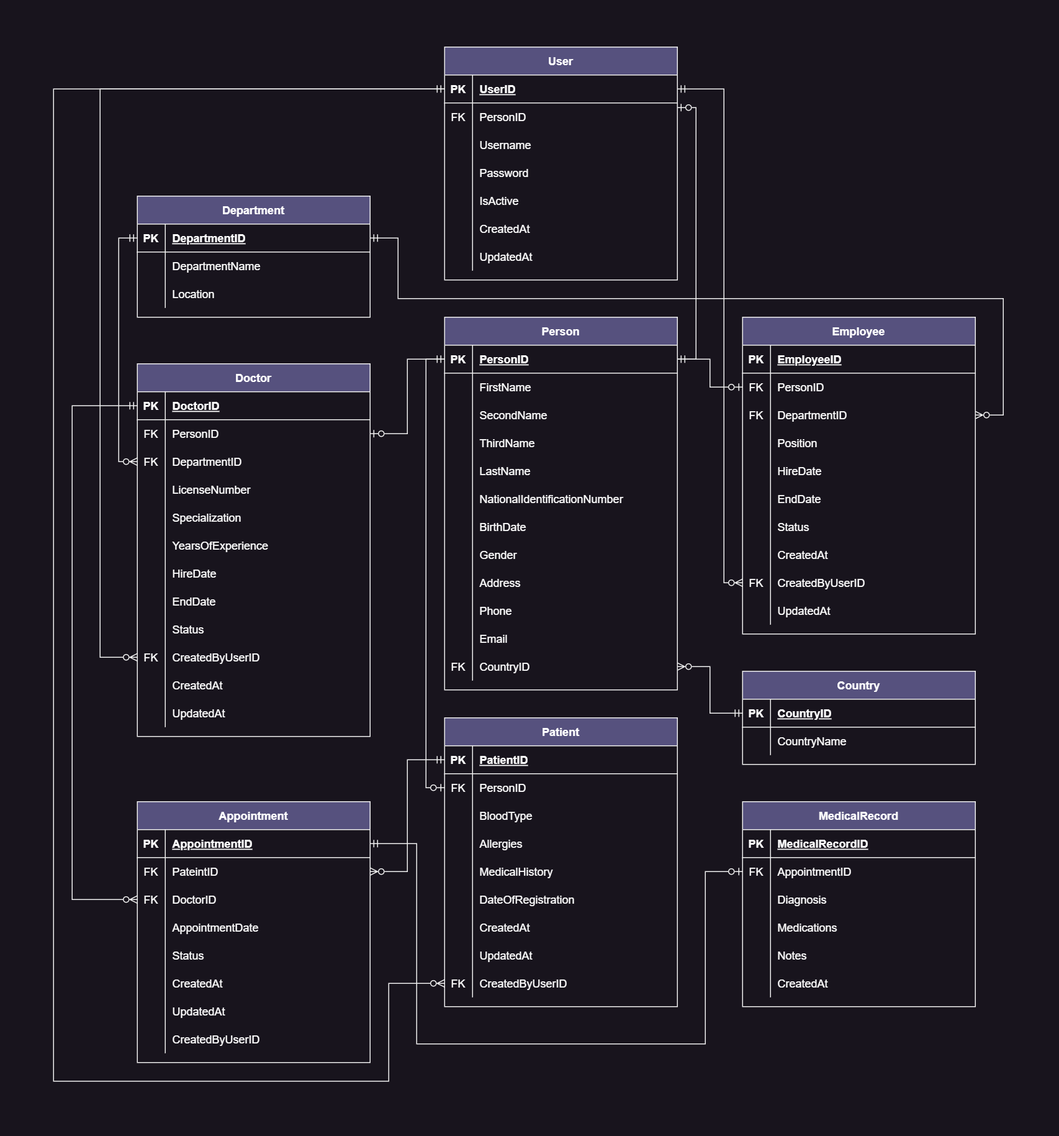
Before: Database/Clinic Management System Schema.png, a diagram exported from draw.io (5ldv/Clinic-Management-System). Source tidied: cells renumbered, new cells last; positions are measured from the earlier drawing's top-left corner, leaving out a move shared by most shapes.
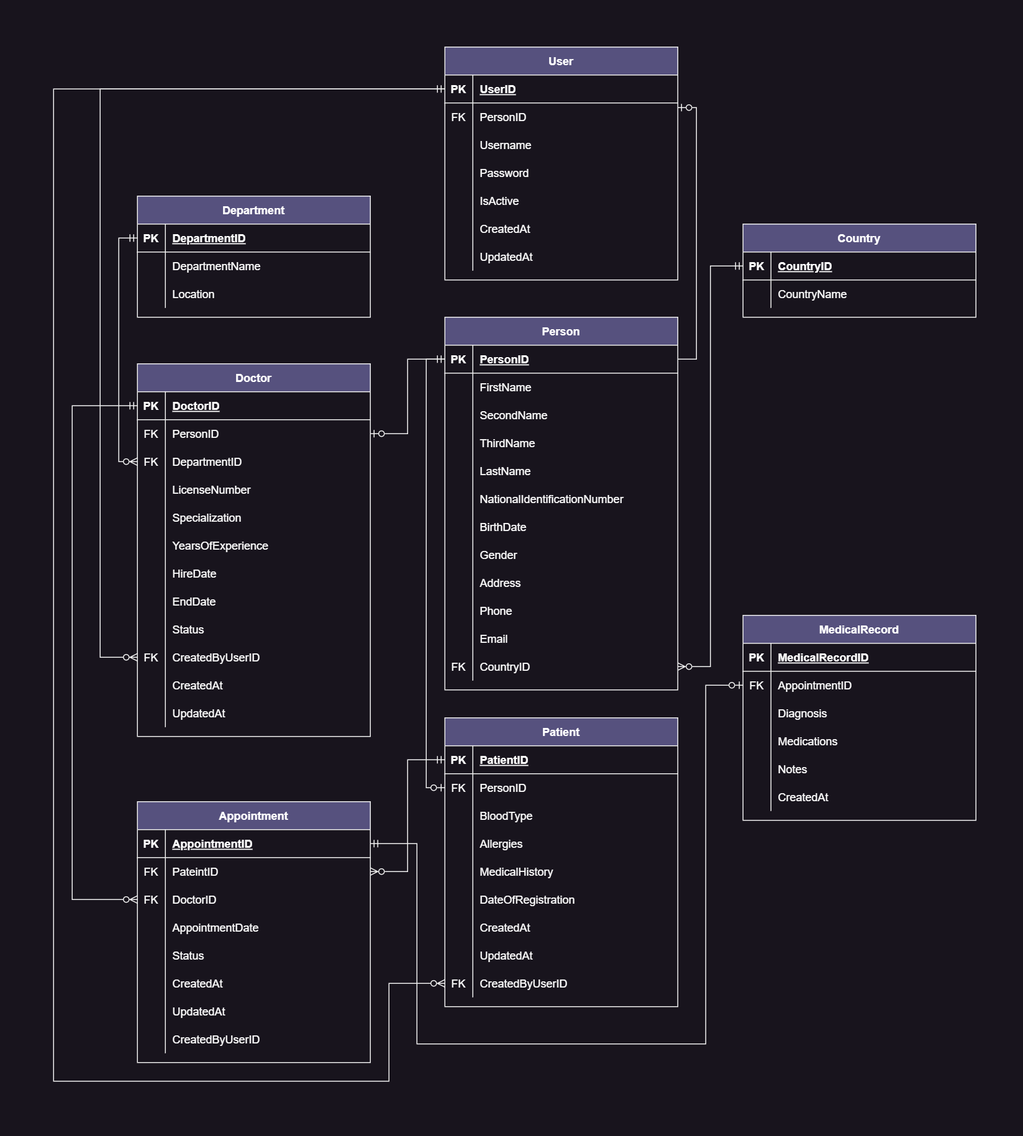
The same diagram one commit later.

The edit, as a diff of the source:
```diff
@@ -224,99 +224,6 @@
     <mxCell id="75" value="UpdatedAt" style="shape=partialRectangle;overflow=hidden;fillColor=none;top=0;left=0;bottom=0;right=0;align=left;spacingLeft=6;labelBackgroundColor=none;strokeColor=#EEEEEE;fontColor=#FFFFFF;" parent="73" vertex="1">
       <mxGeometry x="30" width="220" height="30" as="geometry" />
     </mxCell>
-    <mxCell id="76" value="Employee" style="shape=table;startSize=30;rowLines=0;fontStyle=1;align=center;labelBackgroundColor=none;fillColor=#56517E;strokeColor=#EEEEEE;fontColor=#FFFFFF;" parent="1" vertex="1">
-      <mxGeometry x="740" y="290" width="250" height="340" as="geometry" />
-    </mxCell>
-    <mxCell id="77" style="shape=partialRectangle;fillColor=none;top=0;left=0;right=0;bottom=1;labelBackgroundColor=none;strokeColor=#EEEEEE;fontColor=#FFFFFF;" parent="76" vertex="1">
-      <mxGeometry y="30" width="250" height="30" as="geometry" />
-    </mxCell>
-    <mxCell id="78" value="PK" style="shape=partialRectangle;overflow=hidden;fillColor=none;top=0;left=0;bottom=0;right=0;fontStyle=1;labelBackgroundColor=none;strokeColor=#EEEEEE;fontColor=#FFFFFF;" parent="77" vertex="1">
-      <mxGeometry width="30" height="30" as="geometry" />
-    </mxCell>
-    <mxCell id="79" value="EmployeeID" style="shape=partialRectangle;overflow=hidden;fillColor=none;top=0;left=0;bottom=0;right=0;align=left;spacingLeft=6;fontStyle=5;labelBackgroundColor=none;strokeColor=#EEEEEE;fontColor=#FFFFFF;" parent="77" vertex="1">
-      <mxGeometry x="30" width="220" height="30" as="geometry" />
-    </mxCell>
-    <mxCell id="80" style="shape=partialRectangle;fillColor=none;points=[[0,0.5],[1,0.5]];portConstraint=eastwest;top=0;left=0;right=0;bottom=0;labelBackgroundColor=none;strokeColor=#EEEEEE;fontColor=#FFFFFF;" parent="76" vertex="1">
-      <mxGeometry y="60" width="250" height="30" as="geometry" />
-    </mxCell>
-    <mxCell id="81" value="FK" style="shape=partialRectangle;overflow=hidden;fillColor=none;top=0;left=0;bottom=0;right=0;labelBackgroundColor=none;strokeColor=#EEEEEE;fontColor=#FFFFFF;" parent="80" vertex="1">
-      <mxGeometry width="30" height="30" as="geometry" />
-    </mxCell>
-    <mxCell id="82" value="PersonID" style="shape=partialRectangle;overflow=hidden;fillColor=none;top=0;left=0;bottom=0;right=0;align=left;spacingLeft=6;labelBackgroundColor=none;strokeColor=#EEEEEE;fontColor=#FFFFFF;" parent="80" vertex="1">
-      <mxGeometry x="30" width="220" height="30" as="geometry" />
-    </mxCell>
-    <mxCell id="83" style="shape=partialRectangle;fillColor=none;points=[[0,0.5],[1,0.5]];portConstraint=eastwest;top=0;left=0;right=0;bottom=0;labelBackgroundColor=none;strokeColor=#EEEEEE;fontColor=#FFFFFF;" parent="76" vertex="1">
-      <mxGeometry y="90" width="250" height="30" as="geometry" />
-    </mxCell>
-    <mxCell id="84" value="FK" style="shape=partialRectangle;overflow=hidden;fillColor=none;top=0;left=0;bottom=0;right=0;labelBackgroundColor=none;strokeColor=#EEEEEE;fontColor=#FFFFFF;" parent="83" vertex="1">
-      <mxGeometry width="30" height="30" as="geometry" />
-    </mxCell>
-    <mxCell id="85" value="DepartmentID" style="shape=partialRectangle;overflow=hidden;fillColor=none;top=0;left=0;bottom=0;right=0;align=left;spacingLeft=6;labelBackgroundColor=none;strokeColor=#EEEEEE;fontColor=#FFFFFF;" parent="83" vertex="1">
-      <mxGeometry x="30" width="220" height="30" as="geometry" />
-    </mxCell>
-    <mxCell id="86" style="shape=partialRectangle;fillColor=none;top=0;left=0;right=0;bottom=0;labelBackgroundColor=none;strokeColor=#EEEEEE;fontColor=#FFFFFF;" parent="76" vertex="1">
-      <mxGeometry y="120" width="250" height="30" as="geometry" />
-    </mxCell>
-    <mxCell id="87" style="shape=partialRectangle;overflow=hidden;fillColor=none;top=0;left=0;bottom=0;right=0;labelBackgroundColor=none;strokeColor=#EEEEEE;fontColor=#FFFFFF;" parent="86" vertex="1">
-      <mxGeometry width="30" height="30" as="geometry" />
-    </mxCell>
-    <mxCell id="88" value="Position" style="shape=partialRectangle;overflow=hidden;fillColor=none;top=0;left=0;bottom=0;right=0;align=left;spacingLeft=6;labelBackgroundColor=none;strokeColor=#EEEEEE;fontColor=#FFFFFF;" parent="86" vertex="1">
-      <mxGeometry x="30" width="220" height="30" as="geometry" />
-    </mxCell>
-    <mxCell id="89" style="shape=partialRectangle;fillColor=none;top=0;left=0;right=0;bottom=0;labelBackgroundColor=none;strokeColor=#EEEEEE;fontColor=#FFFFFF;" parent="76" vertex="1">
-      <mxGeometry y="150" width="250" height="30" as="geometry" />
-    </mxCell>
-    <mxCell id="90" style="shape=partialRectangle;overflow=hidden;fillColor=none;top=0;left=0;bottom=0;right=0;labelBackgroundColor=none;strokeColor=#EEEEEE;fontColor=#FFFFFF;" parent="89" vertex="1">
-      <mxGeometry width="30" height="30" as="geometry" />
-    </mxCell>
-    <mxCell id="91" value="HireDate" style="shape=partialRectangle;overflow=hidden;fillColor=none;top=0;left=0;bottom=0;right=0;align=left;spacingLeft=6;labelBackgroundColor=none;strokeColor=#EEEEEE;fontColor=#FFFFFF;" parent="89" vertex="1">
-      <mxGeometry x="30" width="220" height="30" as="geometry" />
-    </mxCell>
-    <mxCell id="92" style="shape=partialRectangle;fillColor=none;top=0;left=0;right=0;bottom=0;labelBackgroundColor=none;strokeColor=#EEEEEE;fontColor=#FFFFFF;" parent="76" vertex="1">
-      <mxGeometry y="180" width="250" height="30" as="geometry" />
-    </mxCell>
-    <mxCell id="93" style="shape=partialRectangle;overflow=hidden;fillColor=none;top=0;left=0;bottom=0;right=0;labelBackgroundColor=none;strokeColor=#EEEEEE;fontColor=#FFFFFF;" parent="92" vertex="1">
-      <mxGeometry width="30" height="30" as="geometry" />
-    </mxCell>
-    <mxCell id="94" value="EndDate" style="shape=partialRectangle;overflow=hidden;fillColor=none;top=0;left=0;bottom=0;right=0;align=left;spacingLeft=6;labelBackgroundColor=none;strokeColor=#EEEEEE;fontColor=#FFFFFF;" parent="92" vertex="1">
-      <mxGeometry x="30" width="220" height="30" as="geometry" />
-    </mxCell>
-    <mxCell id="95" style="shape=partialRectangle;fillColor=none;top=0;left=0;right=0;bottom=0;labelBackgroundColor=none;strokeColor=#EEEEEE;fontColor=#FFFFFF;" parent="76" vertex="1">
-      <mxGeometry y="210" width="250" height="30" as="geometry" />
-    </mxCell>
-    <mxCell id="96" style="shape=partialRectangle;overflow=hidden;fillColor=none;top=0;left=0;bottom=0;right=0;labelBackgroundColor=none;strokeColor=#EEEEEE;fontColor=#FFFFFF;" parent="95" vertex="1">
-      <mxGeometry width="30" height="30" as="geometry" />
-    </mxCell>
-    <mxCell id="97" value="Status" style="shape=partialRectangle;overflow=hidden;fillColor=none;top=0;left=0;bottom=0;right=0;align=left;spacingLeft=6;labelBackgroundColor=none;strokeColor=#EEEEEE;fontColor=#FFFFFF;" parent="95" vertex="1">
-      <mxGeometry x="30" width="220" height="30" as="geometry" />
-    </mxCell>
-    <mxCell id="98" style="shape=partialRectangle;fillColor=none;top=0;left=0;right=0;bottom=0;labelBackgroundColor=none;strokeColor=#EEEEEE;fontColor=#FFFFFF;" parent="76" vertex="1">
-      <mxGeometry y="240" width="250" height="30" as="geometry" />
-    </mxCell>
-    <mxCell id="99" style="shape=partialRectangle;overflow=hidden;fillColor=none;top=0;left=0;bottom=0;right=0;labelBackgroundColor=none;strokeColor=#EEEEEE;fontColor=#FFFFFF;" parent="98" vertex="1">
-      <mxGeometry width="30" height="30" as="geometry" />
-    </mxCell>
-    <mxCell id="100" value="CreatedAt" style="shape=partialRectangle;overflow=hidden;fillColor=none;top=0;left=0;bottom=0;right=0;align=left;spacingLeft=6;labelBackgroundColor=none;strokeColor=#EEEEEE;fontColor=#FFFFFF;" parent="98" vertex="1">
-      <mxGeometry x="30" width="220" height="30" as="geometry" />
-    </mxCell>
-    <mxCell id="101" style="shape=partialRectangle;fillColor=none;points=[[0,0.5],[1,0.5]];portConstraint=eastwest;top=0;left=0;right=0;bottom=0;labelBackgroundColor=none;strokeColor=#EEEEEE;fontColor=#FFFFFF;" parent="76" vertex="1">
-      <mxGeometry y="270" width="250" height="30" as="geometry" />
-    </mxCell>
-    <mxCell id="102" value="FK" style="shape=partialRectangle;overflow=hidden;fillColor=none;top=0;left=0;bottom=0;right=0;labelBackgroundColor=none;strokeColor=#EEEEEE;fontColor=#FFFFFF;" parent="101" vertex="1">
-      <mxGeometry width="30" height="30" as="geometry" />
-    </mxCell>
-    <mxCell id="103" value="CreatedByUserID" style="shape=partialRectangle;overflow=hidden;fillColor=none;top=0;left=0;bottom=0;right=0;align=left;spacingLeft=6;labelBackgroundColor=none;strokeColor=#EEEEEE;fontColor=#FFFFFF;" parent="101" vertex="1">
-      <mxGeometry x="30" width="220" height="30" as="geometry" />
-    </mxCell>
-    <mxCell id="104" style="shape=partialRectangle;fillColor=none;top=0;left=0;right=0;bottom=0;labelBackgroundColor=none;strokeColor=#EEEEEE;fontColor=#FFFFFF;" parent="76" vertex="1">
-      <mxGeometry y="300" width="250" height="30" as="geometry" />
-    </mxCell>
-    <mxCell id="105" style="shape=partialRectangle;overflow=hidden;fillColor=none;top=0;left=0;bottom=0;right=0;labelBackgroundColor=none;strokeColor=#EEEEEE;fontColor=#FFFFFF;" parent="104" vertex="1">
-      <mxGeometry width="30" height="30" as="geometry" />
-    </mxCell>
-    <mxCell id="106" value="UpdatedAt" style="shape=partialRectangle;overflow=hidden;fillColor=none;top=0;left=0;bottom=0;right=0;align=left;spacingLeft=6;labelBackgroundColor=none;strokeColor=#EEEEEE;fontColor=#FFFFFF;" parent="104" vertex="1">
-      <mxGeometry x="30" width="220" height="30" as="geometry" />
-    </mxCell>
     <mxCell id="107" value="Patient" style="shape=table;startSize=30;rowLines=0;fontStyle=1;align=center;labelBackgroundColor=none;fillColor=#56517E;strokeColor=#EEEEEE;fontColor=#FFFFFF;" parent="1" vertex="1">
       <mxGeometry x="420" y="720" width="250" height="310" as="geometry" />
     </mxCell>
@@ -432,7 +339,7 @@
       <mxGeometry x="30" width="220" height="30" as="geometry" />
     </mxCell>
     <mxCell id="145" value="Country" style="shape=table;startSize=30;rowLines=0;fontStyle=1;align=center;labelBackgroundColor=none;fillColor=#56517E;strokeColor=#EEEEEE;fontColor=#FFFFFF;" parent="1" vertex="1">
-      <mxGeometry x="740" y="670" width="250" height="100" as="geometry" />
+      <mxGeometry x="740" y="190" width="250" height="100" as="geometry" />
     </mxCell>
     <mxCell id="146" style="shape=partialRectangle;fillColor=none;points=[[0,0.5],[1,0.5]];portConstraint=eastwest;top=0;left=0;right=0;bottom=1;labelBackgroundColor=none;strokeColor=#EEEEEE;fontColor=#FFFFFF;" parent="145" vertex="1">
       <mxGeometry y="30" width="250" height="30" as="geometry" />
@@ -594,7 +501,7 @@
       <mxGeometry x="30" width="220" height="30" as="geometry" />
     </mxCell>
     <mxCell id="199" value="MedicalRecord" style="shape=table;startSize=30;rowLines=0;fontStyle=1;align=center;labelBackgroundColor=none;fillColor=#56517E;strokeColor=#EEEEEE;fontColor=#FFFFFF;" parent="1" vertex="1">
-      <mxGeometry x="740" y="810" width="250" height="220" as="geometry" />
+      <mxGeometry x="740" y="610" width="250" height="220" as="geometry" />
     </mxCell>
     <mxCell id="200" style="shape=partialRectangle;fillColor=none;top=0;left=0;right=0;bottom=1;labelBackgroundColor=none;strokeColor=#EEEEEE;fontColor=#FFFFFF;" parent="199" vertex="1">
       <mxGeometry y="30" width="250" height="30" as="geometry" />
@@ -650,9 +557,6 @@
     <mxCell id="217" value="CreatedAt" style="shape=partialRectangle;overflow=hidden;fillColor=none;top=0;left=0;bottom=0;right=0;align=left;spacingLeft=6;labelBackgroundColor=none;strokeColor=#EEEEEE;fontColor=#FFFFFF;" parent="215" vertex="1">
       <mxGeometry x="30" width="220" height="30" as="geometry" />
     </mxCell>
-    <mxCell id="218" style="edgeStyle=orthogonalEdgeStyle;rounded=0;jettySize=auto;html=1;exitX=0;exitY=0.5;exitDx=0;exitDy=0;entryX=1;entryY=0.5;entryDx=0;entryDy=0;endArrow=ERmandOne;endFill=0;startArrow=ERzeroToOne;startFill=0;" parent="1" edge="1" source="80" target="3">
-      <mxGeometry relative="1" as="geometry" />
-    </mxCell>
     <mxCell id="219" style="edgeStyle=orthogonalEdgeStyle;rounded=0;jettySize=auto;html=1;entryX=0;entryY=0.5;entryDx=0;entryDy=0;endArrow=ERmandOne;endFill=0;startArrow=ERzeroToMany;startFill=0;" parent="1" edge="1" source="36" target="146">
       <mxGeometry relative="1" as="geometry" />
     </mxCell>
@@ -673,24 +577,6 @@
         </Array>
       </mxGeometry>
     </mxCell>
-    <mxCell id="224" style="edgeStyle=orthogonalEdgeStyle;rounded=0;jettySize=auto;html=1;entryX=1;entryY=0.5;entryDx=0;entryDy=0;endArrow=ERmandOne;endFill=0;startArrow=ERzeroToMany;startFill=0;exitX=0;exitY=0.5;exitDx=0;exitDy=0;" parent="1" edge="1" source="101" target="153">
-      <mxGeometry relative="1" as="geometry">
-        <Array as="points">
-          <mxPoint x="720" y="575" />
-          <mxPoint x="720" y="45" />
-        </Array>
-      </mxGeometry>
-    </mxCell>
-    <mxCell id="225" style="edgeStyle=orthogonalEdgeStyle;rounded=0;jettySize=auto;html=1;entryX=1;entryY=0.5;entryDx=0;entryDy=0;exitX=1;exitY=0.5;exitDx=0;exitDy=0;endArrow=ERmandOne;endFill=0;startArrow=ERzeroToMany;startFill=0;" parent="1" edge="1" source="83" target="136">
-      <mxGeometry relative="1" as="geometry">
-        <Array as="points">
-          <mxPoint x="1020" y="395" />
-          <mxPoint x="1020" y="270" />
-          <mxPoint x="370" y="270" />
-          <mxPoint x="370" y="205" />
-        </Array>
-      </mxGeometry>
-    </mxCell>
     <mxCell id="226" style="edgeStyle=orthogonalEdgeStyle;rounded=0;jettySize=auto;html=1;exitX=0;exitY=0.5;exitDx=0;exitDy=0;entryX=0;entryY=0.5;entryDx=0;entryDy=0;endArrow=ERzeroToMany;endFill=0;startArrow=ERmandOne;startFill=0;" parent="1" edge="1" source="153" target="67">
       <mxGeometry relative="1" as="geometry">
         <Array as="points">
@@ -713,7 +599,7 @@
     <mxCell id="229" style="edgeStyle=orthogonalEdgeStyle;rounded=0;jettySize=auto;html=1;entryX=1;entryY=0.5;entryDx=0;entryDy=0;exitX=0;exitY=0.5;exitDx=0;exitDy=0;endArrow=ERmandOne;endFill=0;startArrow=ERzeroToOne;startFill=0;" parent="1" edge="1" source="203" target="175">
       <mxGeometry relative="1" as="geometry">
         <Array as="points">
-          <mxPoint x="700" y="885" />
+          <mxPoint x="700" y="685" />
           <mxPoint x="700" y="1070" />
           <mxPoint x="390" y="1070" />
           <mxPoint x="390" y="855" />
```
